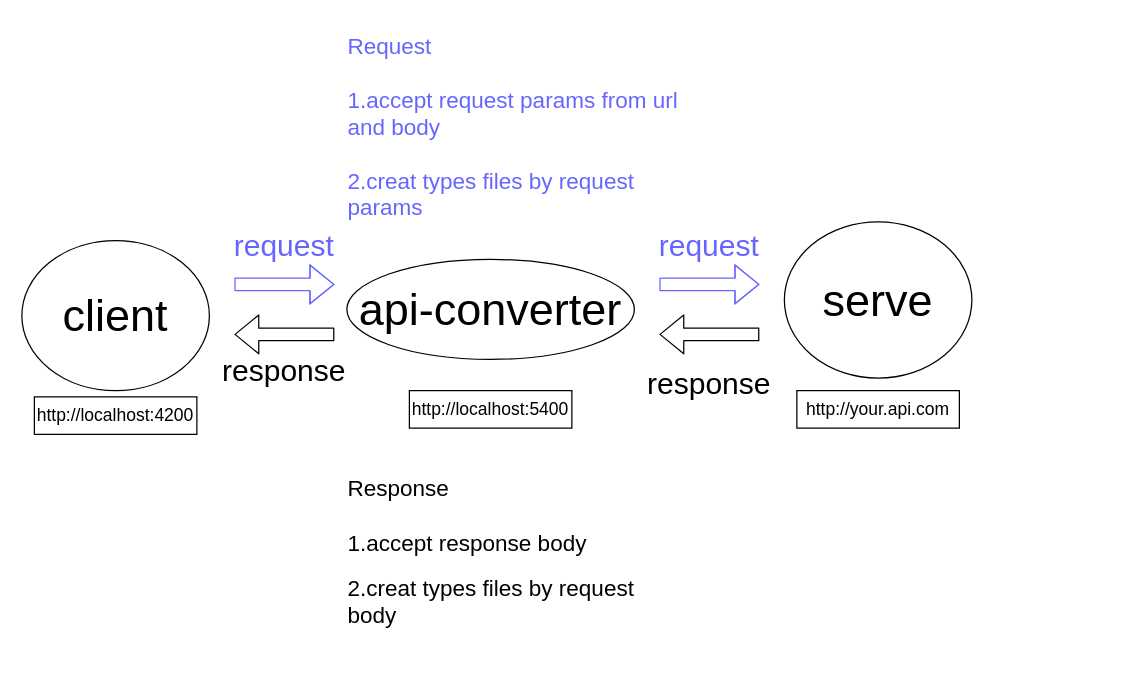
Earlier version of the draw.io diagram api-converter.drawio (yy7054wyq5/API-types-automatic-converter). Source tidied: cells renumbered, new cells numbered last; positions are measured from the earlier drawing's top-left corner, leaving out a move shared by most shapes. Both pictures are drawn from the tidied source at 125%, with x=0, y=0 at pixel (21, 21).
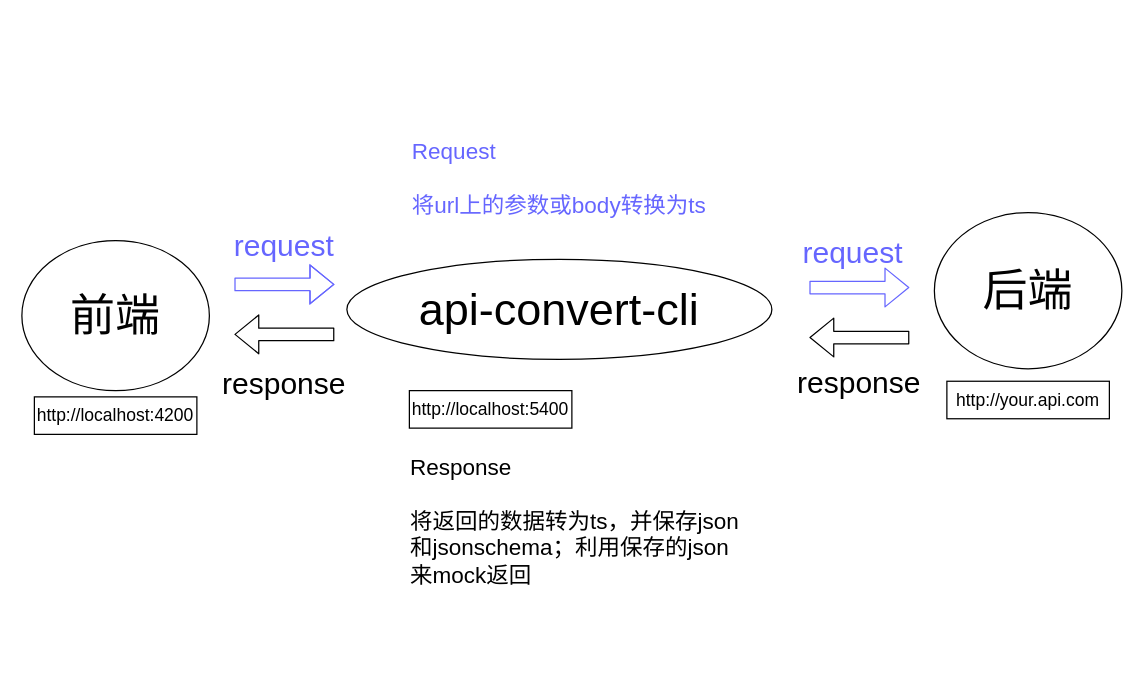
After the change.

Diff of the diagram source:
```diff
@@
-    <mxCell id="2" value="&lt;font style=&quot;font-size: 36px&quot;&gt;client&lt;/font&gt;" style="ellipse;whiteSpace=wrap;html=1;" parent="1" vertex="1">
+    <mxCell id="2" value="&lt;font style=&quot;font-size: 36px&quot;&gt;前端&lt;/font&gt;" style="ellipse;whiteSpace=wrap;html=1;" parent="1" vertex="1">
       <mxGeometry y="175" width="150" height="120" as="geometry" />
     </mxCell>
-    <mxCell id="3" value="&lt;font style=&quot;font-size: 36px&quot;&gt;api-converter&lt;/font&gt;" style="ellipse;whiteSpace=wrap;html=1;" parent="1" vertex="1">
-      <mxGeometry x="260" y="190" width="230" height="80" as="geometry" />
+    <mxCell id="3" value="&lt;font style=&quot;font-size: 36px&quot;&gt;api-convert-cli&lt;/font&gt;" style="ellipse;whiteSpace=wrap;html=1;" parent="1" vertex="1">
+      <mxGeometry x="260" y="190" width="340" height="80" as="geometry" />
     </mxCell>
-    <mxCell id="4" value="&lt;font style=&quot;font-size: 36px&quot;&gt;serve&lt;/font&gt;" style="ellipse;whiteSpace=wrap;html=1;" parent="1" vertex="1">
-      <mxGeometry x="610" y="160" width="150" height="125" as="geometry" />
+    <mxCell id="4" value="&lt;span style=&quot;font-size: 36px&quot;&gt;后端&lt;/span&gt;" style="ellipse;whiteSpace=wrap;html=1;" parent="1" vertex="1">
+      <mxGeometry x="730" y="152.5" width="150" height="125" as="geometry" />
     </mxCell>
     <mxCell id="5" style="shape=flexArrow;endArrow=classic;html=1;strokeColor=#6666FF;" parent="1" edge="1">
       <mxGeometry relative="1" as="geometry">
-        <mxPoint x="510" y="210" as="sourcePoint" />
-        <mxPoint x="590" y="210" as="targetPoint" />
-        <Array as="points">
-          <mxPoint x="550" y="210" />
-        </Array>
+        <mxPoint x="630" y="212.5" as="sourcePoint" />
+        <mxPoint x="710" y="212.5" as="targetPoint" />
       </mxGeometry>
     </mxCell>
@@
-    <mxCell id="7" value="&lt;font style=&quot;font-size: 24px&quot; color=&quot;#6666ff&quot;&gt;request&lt;/font&gt;" style="text;html=1;strokeColor=none;fillColor=none;align=center;verticalAlign=middle;whiteSpace=wrap;rounded=0;" parent="1" vertex="1">
-      <mxGeometry x="190" y="170" width="40" height="20" as="geometry" />
+    <mxCell id="7" value="&lt;font color=&quot;#6666ff&quot;&gt;&lt;span style=&quot;font-size: 24px&quot;&gt;request&lt;/span&gt;&lt;/font&gt;" style="text;html=1;strokeColor=none;fillColor=none;align=center;verticalAlign=middle;whiteSpace=wrap;rounded=0;" parent="1" vertex="1">
+      <mxGeometry x="170" y="170" width="80" height="20" as="geometry" />
     </mxCell>
-    <mxCell id="8" value="&lt;font style=&quot;font-size: 24px&quot; color=&quot;#6666ff&quot;&gt;request&lt;/font&gt;" style="text;html=1;strokeColor=none;fillColor=none;align=center;verticalAlign=middle;whiteSpace=wrap;rounded=0;" parent="1" vertex="1">
-      <mxGeometry x="530" y="170" width="40" height="20" as="geometry" />
+    <mxCell id="8" value="&lt;span style=&quot;color: rgb(102 , 102 , 255) ; font-size: 24px&quot;&gt;request&lt;/span&gt;" style="text;html=1;strokeColor=none;fillColor=none;align=center;verticalAlign=middle;whiteSpace=wrap;rounded=0;" parent="1" vertex="1">
+      <mxGeometry x="640" y="181.2" width="50" height="7.5" as="geometry" />
     </mxCell>
-    <mxCell id="9" value="&lt;div style=&quot;text-align: left&quot;&gt;&lt;font color=&quot;#6666ff&quot;&gt;&lt;span style=&quot;font-size: 18px&quot;&gt;Request&lt;/span&gt;&lt;/font&gt;&lt;/div&gt;&lt;div style=&quot;text-align: left&quot;&gt;&lt;span style=&quot;font-size: 18px&quot;&gt;&lt;font color=&quot;#6666ff&quot;&gt;&lt;br&gt;&lt;/font&gt;&lt;/span&gt;&lt;/div&gt;&lt;div style=&quot;text-align: left&quot;&gt;&lt;span style=&quot;font-size: 18px&quot;&gt;&lt;font color=&quot;#6666ff&quot;&gt;1.accept request params from url and body&lt;/font&gt;&lt;/span&gt;&lt;/div&gt;&lt;div style=&quot;text-align: left&quot;&gt;&lt;span style=&quot;font-size: 18px&quot;&gt;&lt;font color=&quot;#6666ff&quot;&gt;&lt;br&gt;&lt;/font&gt;&lt;/span&gt;&lt;/div&gt;&lt;font style=&quot;font-size: 18px&quot; color=&quot;#6666ff&quot;&gt;&lt;div style=&quot;text-align: left&quot;&gt;2.creat types files by request params&lt;/div&gt;&lt;/font&gt;" style="text;html=1;strokeColor=none;fillColor=none;align=center;verticalAlign=middle;whiteSpace=wrap;rounded=0;" parent="1" vertex="1">
-      <mxGeometry x="260" width="270" height="170" as="geometry" />
+    <mxCell id="9" value="&lt;div style=&quot;text-align: left&quot;&gt;&lt;font color=&quot;#6666ff&quot;&gt;&lt;span style=&quot;font-size: 18px&quot;&gt;Request&lt;/span&gt;&lt;/font&gt;&lt;/div&gt;&lt;div style=&quot;text-align: left&quot;&gt;&lt;span style=&quot;font-size: 18px&quot;&gt;&lt;font color=&quot;#6666ff&quot;&gt;&lt;br&gt;&lt;/font&gt;&lt;/span&gt;&lt;/div&gt;&lt;div style=&quot;text-align: left&quot;&gt;&lt;span style=&quot;font-size: 18px&quot;&gt;&lt;font color=&quot;#6666ff&quot;&gt;将url上的参数或body转换为ts&lt;/font&gt;&lt;/span&gt;&lt;/div&gt;&lt;div style=&quot;text-align: left&quot;&gt;&lt;br&gt;&lt;/div&gt;" style="text;html=1;strokeColor=none;fillColor=none;align=center;verticalAlign=middle;whiteSpace=wrap;rounded=0;" parent="1" vertex="1">
+      <mxGeometry x="295" y="90" width="270" height="85" as="geometry" />
     </mxCell>
@@
     <mxCell id="11" style="shape=flexArrow;endArrow=classic;html=1;" parent="1" edge="1">
       <mxGeometry relative="1" as="geometry">
-        <mxPoint x="590" y="250" as="sourcePoint" />
-        <mxPoint x="510" y="250" as="targetPoint" />
+        <mxPoint x="710" y="252.5" as="sourcePoint" />
+        <mxPoint x="630" y="252.5" as="targetPoint" />
       </mxGeometry>
     </mxCell>
-    <mxCell id="12" value="&lt;font style=&quot;font-size: 24px&quot;&gt;response&lt;/font&gt;" style="text;html=1;strokeColor=none;fillColor=none;align=center;verticalAlign=middle;whiteSpace=wrap;rounded=0;" parent="1" vertex="1">
-      <mxGeometry x="190" y="270" width="40" height="20" as="geometry" />
+    <mxCell id="12" value="&lt;span style=&quot;font-size: 24px&quot;&gt;response&lt;/span&gt;" style="text;html=1;strokeColor=none;fillColor=none;align=center;verticalAlign=middle;whiteSpace=wrap;rounded=0;" parent="1" vertex="1">
+      <mxGeometry x="175" y="280" width="70" height="20" as="geometry" />
     </mxCell>
     <mxCell id="13" value="&lt;font style=&quot;font-size: 24px&quot;&gt;response&lt;/font&gt;" style="text;html=1;strokeColor=none;fillColor=none;align=center;verticalAlign=middle;whiteSpace=wrap;rounded=0;" parent="1" vertex="1">
-      <mxGeometry x="530" y="280" width="40" height="20" as="geometry" />
+      <mxGeometry x="650" y="285" width="40" height="7.5" as="geometry" />
     </mxCell>
-    <mxCell id="14" value="&lt;div style=&quot;text-align: left&quot;&gt;&lt;span style=&quot;font-size: 18px&quot;&gt;Response&lt;/span&gt;&lt;/div&gt;&lt;div style=&quot;text-align: left&quot;&gt;&lt;span style=&quot;font-size: 18px&quot;&gt;&lt;br&gt;&lt;/span&gt;&lt;/div&gt;&lt;div style=&quot;text-align: left&quot;&gt;&lt;span style=&quot;font-size: 18px&quot;&gt;1.accept response body&lt;/span&gt;&lt;/div&gt;&lt;div style=&quot;text-align: left&quot;&gt;&lt;br&gt;&lt;/div&gt;&lt;font style=&quot;font-size: 18px&quot;&gt;&lt;div style=&quot;text-align: left&quot;&gt;&lt;span&gt;2.creat types files by request body&lt;/span&gt;&lt;/div&gt;&lt;/font&gt;" style="text;html=1;strokeColor=none;fillColor=none;align=center;verticalAlign=middle;whiteSpace=wrap;rounded=0;" parent="1" vertex="1">
-      <mxGeometry x="260" y="340" width="270" height="170" as="geometry" />
+    <mxCell id="14" value="&lt;div style=&quot;text-align: left&quot;&gt;&lt;span style=&quot;font-size: 18px&quot;&gt;Response&lt;/span&gt;&lt;/div&gt;&lt;div style=&quot;text-align: left&quot;&gt;&lt;span style=&quot;font-size: 18px&quot;&gt;&lt;br&gt;&lt;/span&gt;&lt;/div&gt;&lt;div style=&quot;text-align: left&quot;&gt;&lt;span style=&quot;font-size: 18px&quot;&gt;将返回的数据转为ts，并保存json和jsonschema；利用保存的json来mock返回&lt;/span&gt;&lt;/div&gt;" style="text;html=1;strokeColor=none;fillColor=none;align=center;verticalAlign=middle;whiteSpace=wrap;rounded=0;" parent="1" vertex="1">
+      <mxGeometry x="310" y="350" width="270" height="100" as="geometry" />
     </mxCell>
@@
     <mxCell id="17" value="&lt;font style=&quot;font-size: 14px&quot;&gt;http://your.api.com&lt;/font&gt;" style="rounded=0;whiteSpace=wrap;html=1;" parent="1" vertex="1">
-      <mxGeometry x="620" y="295" width="130" height="30" as="geometry" />
+      <mxGeometry x="740" y="287.5" width="130" height="30" as="geometry" />
     </mxCell>
```
